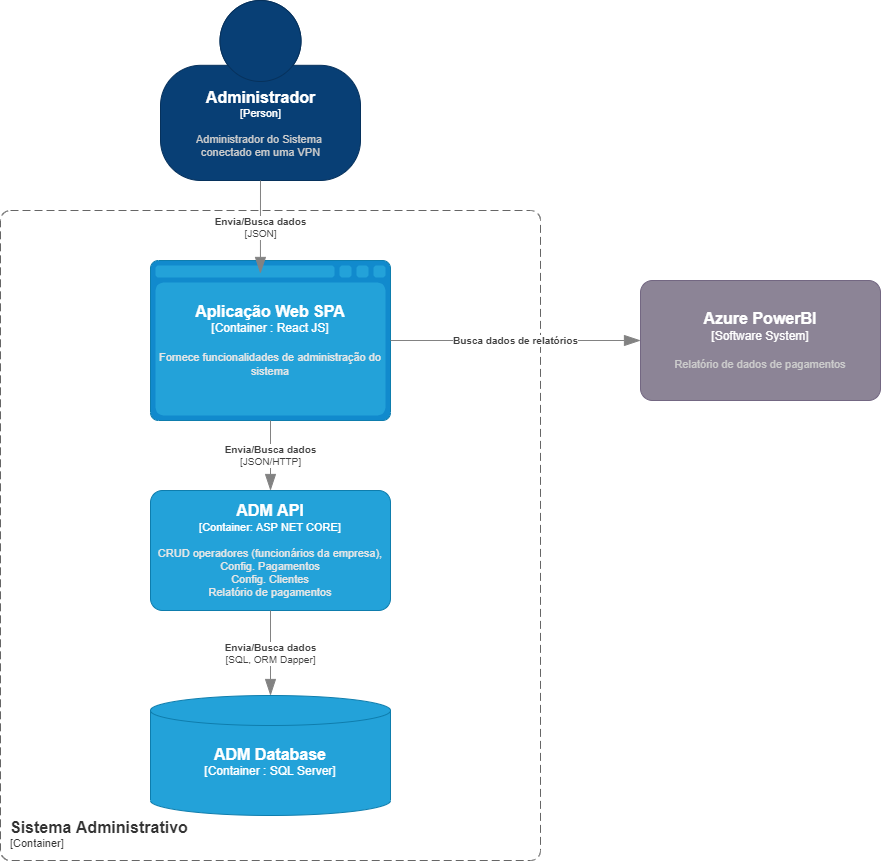
The draw.io diagram Container_Administrador.drawio.png in felipesalvadordev/payment-system-architecture-C4, before a commit. Source tidied: cells renumbered, new cells last; positions are measured from the earlier drawing's top-left corner, leaving out a move shared by most shapes.
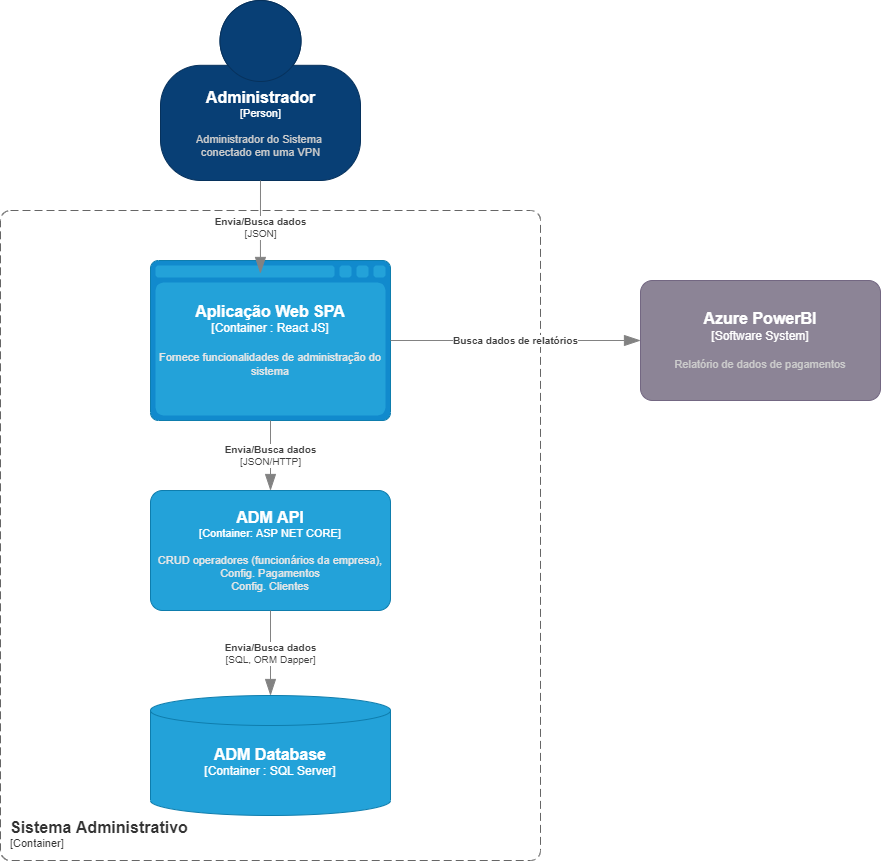
Later version of the same file.

Diff of the diagram source:
```diff
@@ -22,7 +22,7 @@
         <mxGeometry y="210" width="540" height="650" as="geometry" />
       </mxCell>
     </object>
-    <object id="6" label="&lt;font style=&quot;font-size: 16px&quot;&gt;&lt;b&gt;%c4Name%&lt;/b&gt;&lt;/font&gt;&lt;div&gt;[%c4Type%: %c4Technology%]&lt;/div&gt;&lt;br&gt;&lt;div&gt;&lt;font style=&quot;font-size: 11px&quot;&gt;&lt;font color=&quot;#E6E6E6&quot;&gt;%c4Description%&lt;/font&gt;&lt;/div&gt;" c4Description="CRUD operadores (funcionários da empresa),&#10;Config. Pagamentos&#10;Config. Clientes&#10;Relatório de pagamentos" c4Name="ADM API" c4Technology="ASP NET CORE" c4Type="Container" placeholders="1">
+    <object id="6" label="&lt;font style=&quot;font-size: 16px&quot;&gt;&lt;b&gt;%c4Name%&lt;/b&gt;&lt;/font&gt;&lt;div&gt;[%c4Type%: %c4Technology%]&lt;/div&gt;&lt;br&gt;&lt;div&gt;&lt;font style=&quot;font-size: 11px&quot;&gt;&lt;font color=&quot;#E6E6E6&quot;&gt;%c4Description%&lt;/font&gt;&lt;/div&gt;" c4Description="CRUD operadores (funcionários da empresa),&#10;Config. Pagamentos&#10;Config. Clientes" c4Name="ADM API" c4Technology="ASP NET CORE" c4Type="Container" placeholders="1">
       <mxCell style="rounded=1;whiteSpace=wrap;html=1;fontSize=11;labelBackgroundColor=none;fillColor=#23A2D9;fontColor=#ffffff;align=center;arcSize=10;strokeColor=#0E7DAD;points=[[0.25,0,0],[0.5,0,0],[0.75,0,0],[1,0.25,0],[1,0.5,0],[1,0.75,0],[0.75,1,0],[0.5,1,0],[0.25,1,0],[0,0.75,0],[0,0.5,0],[0,0.25,0]];" parent="1" vertex="1">
         <mxGeometry x="150" y="490" width="240" height="120" as="geometry" />
       </mxCell>
```
